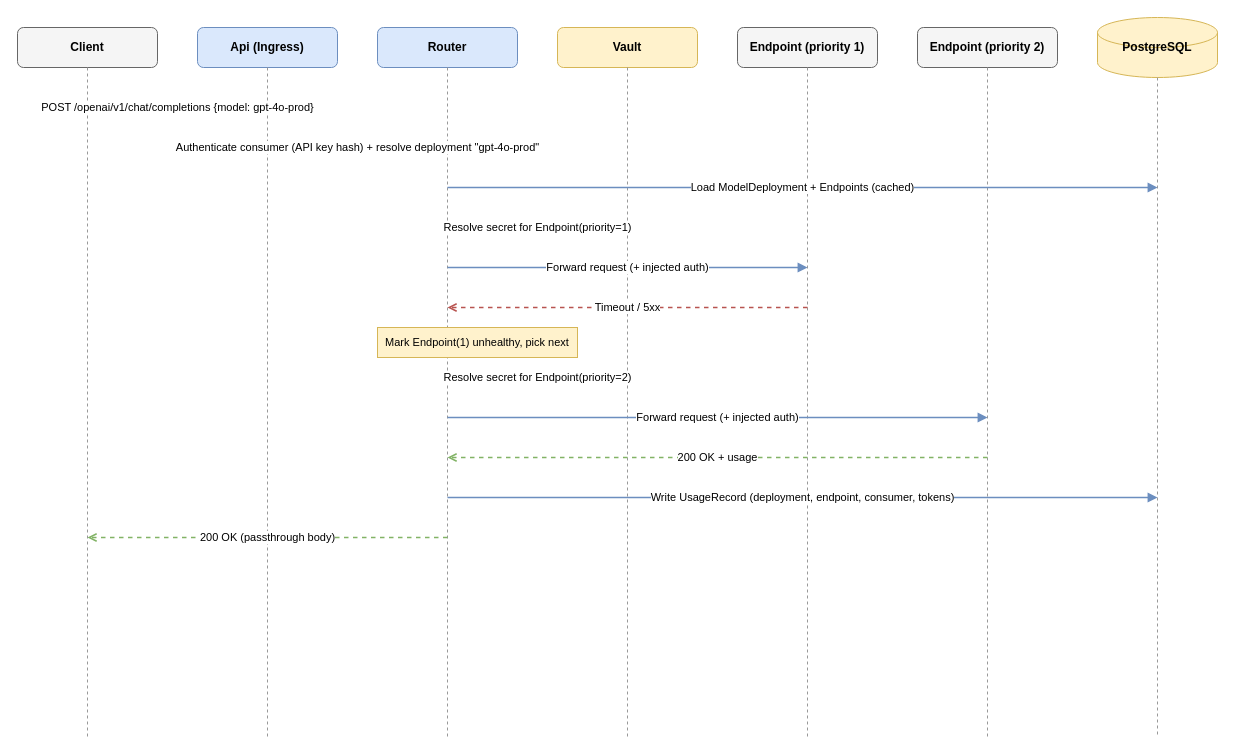
azureholic/AIProxyPlus keeps this draw.io diagram as specs/architecture/diagrams/03-sequence-non-streaming-failover.drawio. Above is the earlier version. Source tidied: cells renumbered, new cells numbered last; positions are measured from the earlier drawing's top-left corner, leaving out a move shared by most shapes. Both pictures are drawn from the tidied source at 100%, with x=0, y=0 at pixel (17, 17).
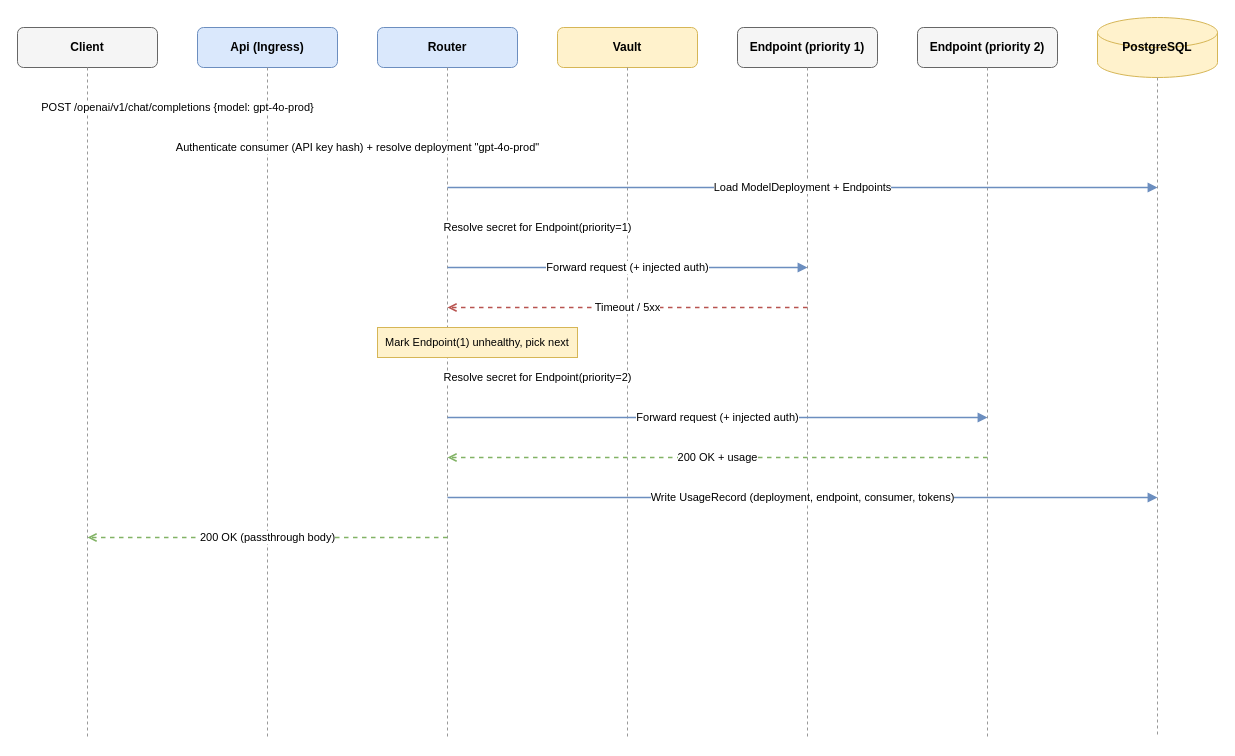
Above is the later version.

Change to the diagram source:
```diff
@@
-    <mxCell id="18" value="Load ModelDeployment + Endpoints (cached)" style="html=1;endArrow=block;strokeColor=#6c8ebf;strokeWidth=1.5;fontSize=11;" parent="1" edge="1">
+    <mxCell id="18" value="Load ModelDeployment + Endpoints" style="html=1;endArrow=block;strokeColor=#6c8ebf;strokeWidth=1.5;fontSize=11;" parent="1" edge="1">
       <mxGeometry relative="1" as="geometry">
         <mxPoint x="430" y="170" as="sourcePoint" />
         <mxPoint x="1140" y="170" as="targetPoint" />
       </mxGeometry>
     </mxCell>
```
